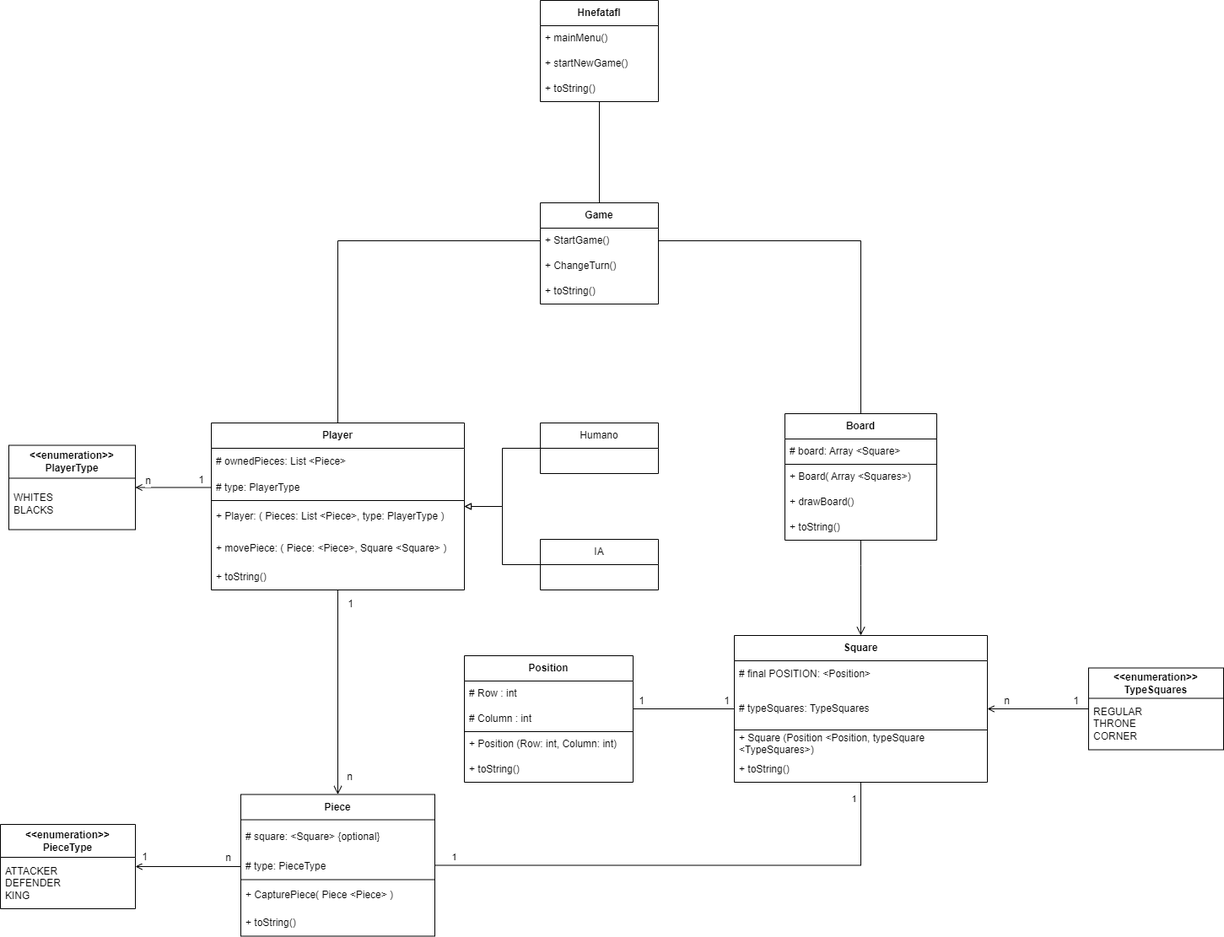
Above: diagrams/ClassDiagram.drawio.png in jvazmor497/Hnefatafl (draw.io), before the change. Source tidied: cells renumbered, new cells last; positions are measured from the earlier drawing's top-left corner, leaving out a move shared by most shapes.
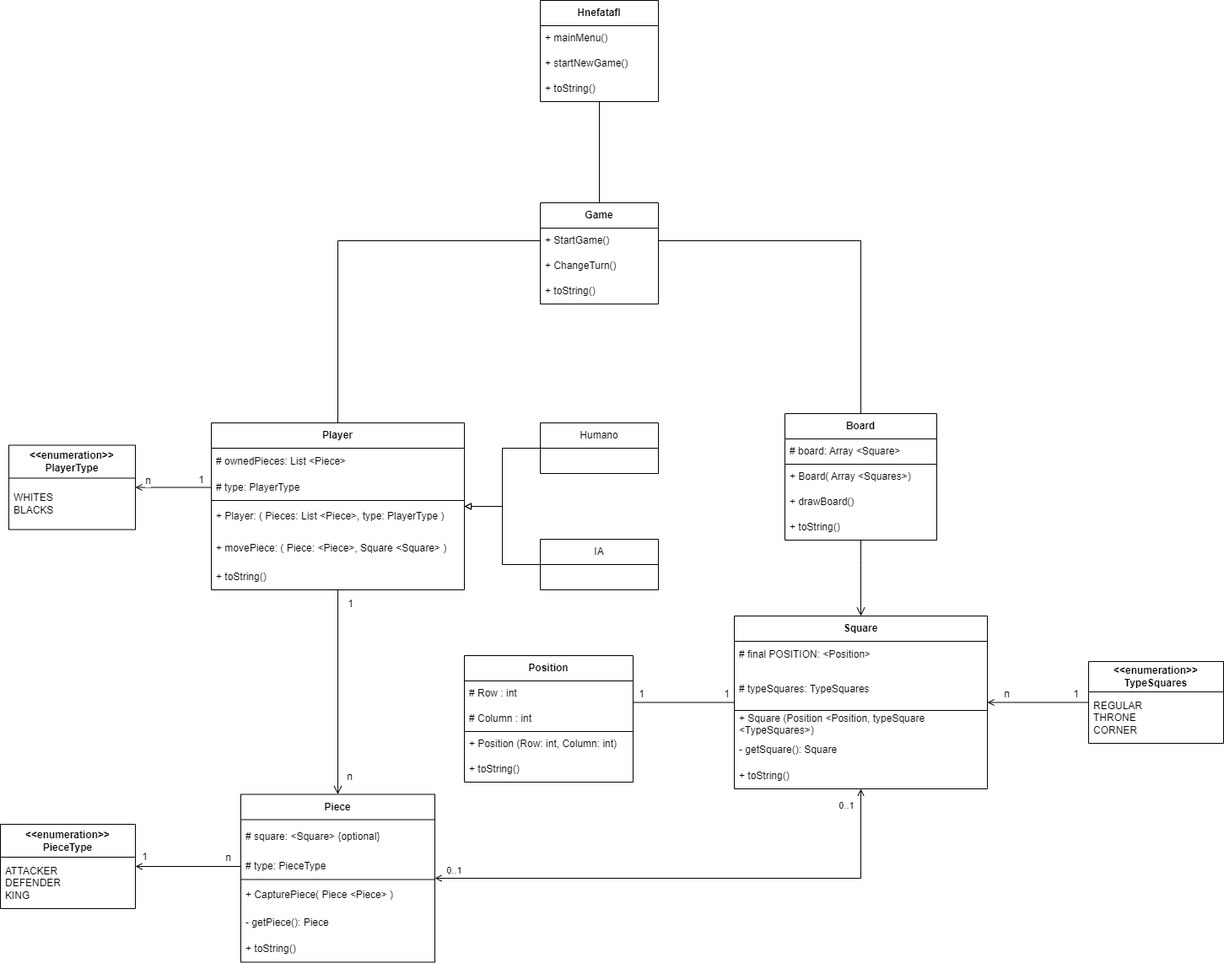
After the commit.

Change to the diagram source:
```diff
@@ -54,21 +54,21 @@
         <mxPoint y="-10" as="offset" />
       </mxGeometry>
     </mxCell>
-    <mxCell id="15" style="edgeStyle=orthogonalEdgeStyle;rounded=0;jettySize=auto;html=1;fontFamily=Helvetica;fontSize=12;fontColor=default;fontStyle=0;endArrow=none;endFill=0;" parent="1" edge="1" source="18" target="39">
+    <mxCell id="15" style="edgeStyle=orthogonalEdgeStyle;rounded=0;jettySize=auto;html=1;fontFamily=Helvetica;fontSize=12;fontColor=default;fontStyle=0;endArrow=open;endFill=0;startArrow=open;startFill=0;" parent="1" edge="1" source="18" target="39">
       <mxGeometry relative="1" as="geometry" />
     </mxCell>
-    <mxCell id="16" value="1" style="edgeLabel;html=1;align=center;verticalAlign=middle;" parent="15" vertex="1">
+    <mxCell id="16" value="0..1" style="edgeLabel;html=1;align=center;verticalAlign=middle;" parent="15" vertex="1">
       <mxGeometry x="-0.93" y="-3" relative="1" as="geometry">
         <mxPoint y="-13" as="offset" />
       </mxGeometry>
     </mxCell>
-    <mxCell id="17" value="1" style="edgeLabel;html=1;align=center;verticalAlign=middle;" parent="15" vertex="1">
+    <mxCell id="17" value="0..1" style="edgeLabel;html=1;align=center;verticalAlign=middle;" parent="15" vertex="1">
       <mxGeometry x="0.94" relative="1" as="geometry">
-        <mxPoint x="-9" as="offset" />
+        <mxPoint x="-18" as="offset" />
       </mxGeometry>
     </mxCell>
     <mxCell id="18" value="&lt;b&gt;Piece&lt;/b&gt;" style="swimlane;fontStyle=0;horizontal=1;startSize=30;whiteSpace=wrap;html=1;" parent="1" vertex="1">
-      <mxGeometry x="285" y="941.5" width="230" height="168" as="geometry" />
+      <mxGeometry x="285" y="941.5" width="230" height="199" as="geometry" />
     </mxCell>
     <mxCell id="19" value="# square: &amp;lt;Square&amp;gt; {optional}" style="text;strokeColor=none;fillColor=none;align=left;verticalAlign=middle;spacingLeft=4;spacingRight=4;overflow=hidden;whiteSpace=wrap;html=1;" parent="18" vertex="1">
       <mxGeometry y="30" width="230" height="40" as="geometry" />
@@ -79,8 +79,11 @@
     <mxCell id="21" value="+ CapturePiece( Piece &amp;lt;Piece&amp;gt;&amp;nbsp;&lt;span style=&quot;background-color: initial;&quot;&gt;)&lt;/span&gt;" style="text;strokeColor=none;fillColor=none;align=left;verticalAlign=middle;spacingLeft=4;spacingRight=4;overflow=hidden;points=[[0,0,0,0,0],[0,0.5,0,0,0],[1,0,0,0,0],[1,0.5,0,0,0]];portConstraint=eastwest;whiteSpace=wrap;html=1;" parent="18" vertex="1">
       <mxGeometry y="101" width="230" height="36" as="geometry" />
     </mxCell>
+    <mxCell id="73" value="- getPiece(): Piece" style="text;strokeColor=none;fillColor=none;align=left;verticalAlign=middle;spacingLeft=4;spacingRight=4;overflow=hidden;whiteSpace=wrap;html=1;" parent="18" vertex="1">
+      <mxGeometry y="137" width="230" height="31" as="geometry" />
+    </mxCell>
     <mxCell id="22" value="+ toString()" style="text;strokeColor=none;fillColor=none;align=left;verticalAlign=middle;spacingLeft=4;spacingRight=4;overflow=hidden;whiteSpace=wrap;html=1;" parent="18" vertex="1">
-      <mxGeometry y="137" width="230" height="31" as="geometry" />
+      <mxGeometry y="168" width="230" height="31" as="geometry" />
     </mxCell>
     <mxCell id="23" style="endArrow=none;html=1;rounded=0;fontFamily=Helvetica;fontSize=12;fontColor=default;entryX=1;entryY=0;entryDx=0;entryDy=0;entryPerimeter=0;exitX=0;exitY=0;exitDx=0;exitDy=0;exitPerimeter=0;" parent="18" edge="1" source="21" target="21">
       <mxGeometry relative="1" as="geometry" />
@@ -140,7 +143,7 @@
       <mxGeometry y="90" width="140" height="30" as="geometry" />
     </mxCell>
     <mxCell id="39" value="&lt;b&gt;Square&lt;/b&gt;" style="swimlane;fontStyle=0;horizontal=1;startSize=30;whiteSpace=wrap;html=1;points=[[0,0,0,0,0],[0,0.25,0,0,0],[0,0.5,0,0,0],[0,0.75,0,0,0],[0,1,0,0,0],[0.25,0,0,0,0],[0.25,1,0,0,0],[0.5,0,0,0,0],[0.5,1,0,0,0],[0.75,0,0,0,0],[0.75,1,0,0,0],[1,0,0,0,0],[1,0.25,0,0,0],[1,0.5,0,0,0],[1,0.75,0,0,0],[1,1,0,0,0]];" parent="1" vertex="1">
-      <mxGeometry x="870" y="753" width="300" height="174" as="geometry" />
+      <mxGeometry x="870" y="730" width="300" height="205" as="geometry" />
     </mxCell>
     <mxCell id="40" value="# final POSITION: &amp;lt;Position&amp;gt;" style="text;strokeColor=none;fillColor=none;align=left;verticalAlign=middle;spacingLeft=4;spacingRight=4;overflow=hidden;whiteSpace=wrap;html=1;" parent="39" vertex="1">
       <mxGeometry y="30" width="300" height="31" as="geometry" />
@@ -154,8 +157,11 @@
     <mxCell id="43" style="endArrow=none;html=1;rounded=0;fontFamily=Helvetica;fontSize=12;fontColor=default;entryX=1;entryY=0;entryDx=0;entryDy=0;entryPerimeter=0;exitX=0;exitY=0;exitDx=0;exitDy=0;exitPerimeter=0;" parent="39" edge="1" source="42" target="42">
       <mxGeometry relative="1" as="geometry" />
     </mxCell>
+    <mxCell id="74" value="- getSquare(): Square" style="text;strokeColor=none;fillColor=none;align=left;verticalAlign=middle;spacingLeft=4;spacingRight=4;overflow=hidden;whiteSpace=wrap;html=1;" parent="39" vertex="1">
+      <mxGeometry y="143" width="300" height="31" as="geometry" />
+    </mxCell>
     <mxCell id="44" value="+ toString()" style="text;strokeColor=none;fillColor=none;align=left;verticalAlign=middle;spacingLeft=4;spacingRight=4;overflow=hidden;whiteSpace=wrap;html=1;" parent="39" vertex="1">
-      <mxGeometry y="143" width="300" height="31" as="geometry" />
+      <mxGeometry y="174" width="300" height="31" as="geometry" />
     </mxCell>
     <mxCell id="45" value="&lt;b&gt;Position&lt;/b&gt;" style="swimlane;fontStyle=0;horizontal=1;startSize=30;whiteSpace=wrap;html=1;" parent="1" vertex="1">
       <mxGeometry x="550" y="777" width="200" height="150" as="geometry" />
@@ -202,7 +208,7 @@
       </mxGeometry>
     </mxCell>
     <mxCell id="57" value="&lt;b&gt;&amp;lt;&amp;lt;enumeration&amp;gt;&amp;gt; TypeSquares&lt;/b&gt;" style="swimlane;fontStyle=0;horizontal=1;startSize=36;whiteSpace=wrap;html=1;" parent="1" vertex="1">
-      <mxGeometry x="1290" y="791.5" width="160" height="97" as="geometry" />
+      <mxGeometry x="1290" y="784" width="160" height="97" as="geometry" />
     </mxCell>
     <mxCell id="58" value="&lt;div&gt;REGULAR&lt;/div&gt;&lt;div&gt;THRONE&lt;/div&gt;&lt;div&gt;CORNER&lt;/div&gt;" style="text;strokeColor=none;fillColor=none;align=left;verticalAlign=middle;spacingLeft=4;spacingRight=4;overflow=hidden;whiteSpace=wrap;html=1;" parent="57" vertex="1">
       <mxGeometry y="36" width="160" height="61" as="geometry" />
```
